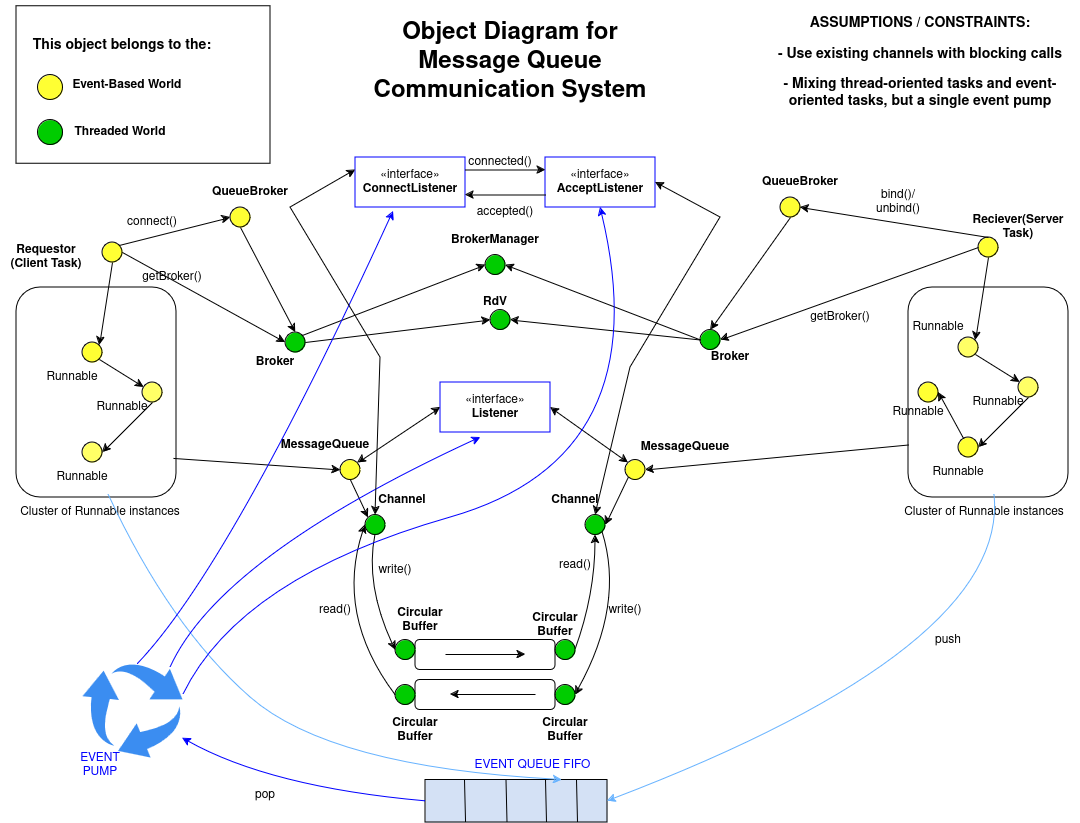
Before: docs/mixed/mixed_design.png, a diagram exported from draw.io (pamellahani/sar). Source tidied: cells renumbered, new cells last; positions are measured from the earlier drawing's top-left corner, leaving out a move shared by most shapes.
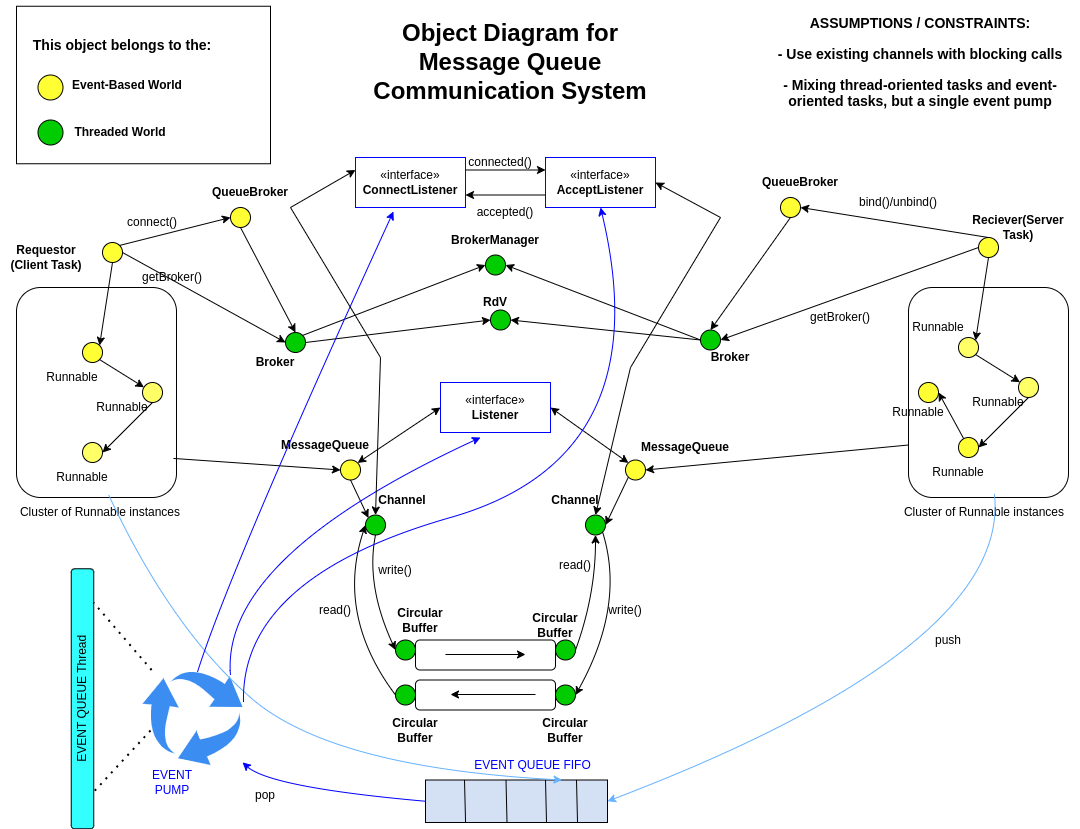
Above is the later version.

Commit message:
added event pump explanations

Diff of the diagram source:
```diff
@@ -331,7 +331,7 @@
       <mxGeometry x="770" y="41" width="300" height="30" as="geometry" />
     </mxCell>
     <mxCell id="102" style="sketch=0;html=1;strokeColor=none;shadow=0;fillColor=#3B8DF1;verticalAlign=top;labelPosition=center;verticalLabelPosition=bottom;shape=mxgraph.gcp2.arrow_cycle;" parent="1" vertex="1">
-      <mxGeometry x="82" y="656" width="100" height="95" as="geometry" />
+      <mxGeometry x="142" y="663.5" width="100" height="95" as="geometry" />
     </mxCell>
     <mxCell id="103" style="rounded=0;whiteSpace=wrap;html=1;fillColor=#D4E1F5;" parent="1" vertex="1">
       <mxGeometry x="425" y="773.5" width="182" height="42.5" as="geometry" />
@@ -391,7 +391,7 @@
       </mxGeometry>
     </mxCell>
     <mxCell id="114" value="&lt;font color=&quot;#0000ff&quot;&gt;EVENT PUMP&lt;/font&gt;" style="text;html=1;align=center;verticalAlign=middle;whiteSpace=wrap;rounded=0;" parent="1" vertex="1">
-      <mxGeometry x="70" y="743.5" width="60" height="30" as="geometry" />
+      <mxGeometry x="142" y="761" width="60" height="30" as="geometry" />
     </mxCell>
     <mxCell id="115" style="curved=1;endArrow=classic;html=1;rounded=0;exitX=0.88;exitY=0.053;exitDx=0;exitDy=0;exitPerimeter=0;fillColor=#66B2FF;strokeColor=#0000FF;" parent="1" edge="1" source="102">
       <mxGeometry relative="1" as="geometry">
@@ -439,5 +439,14 @@
     <mxCell id="123" value="&lt;h3&gt;This object belongs to the: &lt;/h3&gt;" style="text;html=1;align=center;verticalAlign=middle;whiteSpace=wrap;rounded=0;" parent="1" vertex="1">
       <mxGeometry x="30" y="23.5" width="184" height="30" as="geometry" />
     </mxCell>
+    <mxCell id="124" value="EVENT QUEUE Thread" style="rounded=1;whiteSpace=wrap;html=1;rotation=-90;fillColor=#33FFFF;" parent="1" vertex="1">
+      <mxGeometry x="-48" y="681" width="260" height="22.5" as="geometry" />
+    </mxCell>
+    <mxCell id="125" style="endArrow=none;dashed=1;html=1;dashPattern=1 3;strokeWidth=2;rounded=0;entryX=0.87;entryY=0.989;entryDx=0;entryDy=0;entryPerimeter=0;" parent="1" edge="1" source="102" target="124">
+      <mxGeometry relative="1" as="geometry" />
+    </mxCell>
+    <mxCell id="126" style="endArrow=none;dashed=1;html=1;dashPattern=1 3;strokeWidth=2;rounded=0;entryX=0.139;entryY=0.967;entryDx=0;entryDy=0;entryPerimeter=0;exitX=0.08;exitY=0.637;exitDx=0;exitDy=0;exitPerimeter=0;" parent="1" edge="1" source="102" target="124">
+      <mxGeometry relative="1" as="geometry" />
+    </mxCell>
   </root>
 </mxGraphModel>
```
